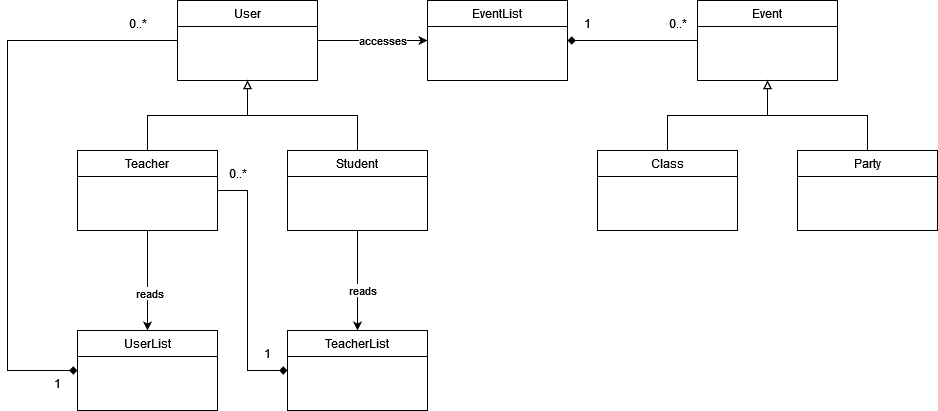
Earlier version of the draw.io export domain_information_model.png (ronnyporsch/webapps7client). Source tidied: cells renumbered, new cells last; positions are measured from the earlier drawing's top-left corner, leaving out a move shared by most shapes.
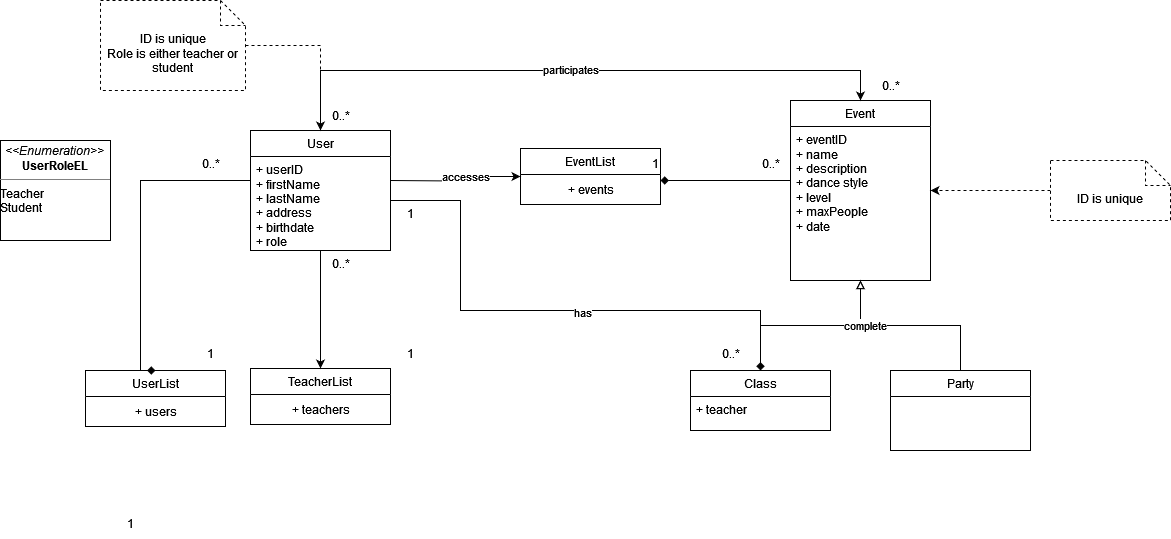
After the change.

Commit message:
updated domain information model

Change to the diagram source:
```diff
@@ -2,99 +2,152 @@
   <root>
     <mxCell id="0" />
     <mxCell id="1" parent="0" />
-    <mxCell id="2" style="edgeStyle=orthogonalEdgeStyle;rounded=0;jettySize=auto;html=1;startArrow=none;startFill=0;endArrow=diamond;endFill=1;" parent="1" edge="1" source="3" target="21">
+    <mxCell id="2" style="edgeStyle=orthogonalEdgeStyle;rounded=0;jettySize=auto;html=1;startArrow=none;startFill=0;endArrow=diamond;endFill=1;entryX=0.5;entryY=0;entryDx=0;entryDy=0;" parent="1" edge="1" target="21">
       <mxGeometry relative="1" as="geometry">
+        <mxPoint x="180" y="150" as="sourcePoint" />
         <Array as="points">
-          <mxPoint y="40" />
-          <mxPoint y="370" />
+          <mxPoint x="70" y="150" />
+          <mxPoint x="70" y="340" />
         </Array>
       </mxGeometry>
     </mxCell>
-    <mxCell id="3" value="User" style="swimlane;fontStyle=0;horizontal=1;startSize=26;fillColor=none;whiteSpace=wrap;html=1;" parent="1" vertex="1">
-      <mxGeometry x="170" width="140" height="80" as="geometry" />
-    </mxCell>
-    <mxCell id="4" style="edgeStyle=orthogonalEdgeStyle;rounded=0;jettySize=auto;html=1;entryX=0.5;entryY=1;entryDx=0;entryDy=0;endArrow=block;endFill=0;" parent="1" edge="1" source="7" target="3">
-      <mxGeometry relative="1" as="geometry" />
-    </mxCell>
-    <mxCell id="5" style="edgeStyle=orthogonalEdgeStyle;rounded=0;jettySize=auto;html=1;" parent="1" edge="1" source="7" target="21">
-      <mxGeometry relative="1" as="geometry" />
-    </mxCell>
-    <mxCell id="6" value="reads" style="edgeLabel;html=1;align=center;verticalAlign=middle;" parent="5" vertex="1">
-      <mxGeometry x="0.24" y="1" relative="1" as="geometry" />
-    </mxCell>
-    <mxCell id="7" value="Teacher" style="swimlane;fontStyle=0;horizontal=1;startSize=26;fillColor=none;whiteSpace=wrap;html=1;" parent="1" vertex="1">
-      <mxGeometry x="70" y="150" width="140" height="80" as="geometry" />
-    </mxCell>
-    <mxCell id="8" style="edgeStyle=orthogonalEdgeStyle;rounded=0;jettySize=auto;html=1;entryX=0.5;entryY=1;entryDx=0;entryDy=0;endArrow=block;endFill=0;" parent="1" edge="1" source="11" target="3">
-      <mxGeometry relative="1" as="geometry" />
-    </mxCell>
-    <mxCell id="9" style="edgeStyle=orthogonalEdgeStyle;rounded=0;jettySize=auto;html=1;" parent="1" edge="1" source="11" target="23">
-      <mxGeometry relative="1" as="geometry" />
-    </mxCell>
-    <mxCell id="10" value="reads" style="edgeLabel;html=1;align=center;verticalAlign=middle;" parent="9" vertex="1">
-      <mxGeometry x="0.18" y="4" relative="1" as="geometry" />
-    </mxCell>
-    <mxCell id="11" value="Student" style="swimlane;fontStyle=0;horizontal=1;startSize=26;fillColor=none;whiteSpace=wrap;html=1;" parent="1" vertex="1">
-      <mxGeometry x="280" y="150" width="140" height="80" as="geometry" />
-    </mxCell>
-    <mxCell id="12" style="edgeStyle=orthogonalEdgeStyle;rounded=0;jettySize=auto;html=1;endArrow=diamond;endFill=1;" parent="1" edge="1" source="13" target="20">
-      <mxGeometry relative="1" as="geometry" />
-    </mxCell>
-    <mxCell id="13" value="Event" style="swimlane;fontStyle=0;horizontal=1;startSize=26;fillColor=none;whiteSpace=wrap;html=1;" parent="1" vertex="1">
-      <mxGeometry x="690" width="140" height="80" as="geometry" />
-    </mxCell>
-    <mxCell id="14" style="edgeStyle=orthogonalEdgeStyle;rounded=0;jettySize=auto;html=1;endArrow=block;endFill=0;" parent="1" edge="1" source="15" target="13">
-      <mxGeometry relative="1" as="geometry" />
-    </mxCell>
-    <mxCell id="15" value="Class" style="swimlane;fontStyle=0;horizontal=1;startSize=26;fillColor=none;whiteSpace=wrap;html=1;" parent="1" vertex="1">
-      <mxGeometry x="590" y="150" width="140" height="80" as="geometry" />
-    </mxCell>
     <mxCell id="16" style="edgeStyle=orthogonalEdgeStyle;rounded=0;jettySize=auto;html=1;endArrow=block;endFill=0;" parent="1" edge="1" source="17" target="13">
       <mxGeometry relative="1" as="geometry" />
     </mxCell>
     <mxCell id="17" value="Party" style="swimlane;fontStyle=0;horizontal=1;startSize=26;fillColor=none;whiteSpace=wrap;html=1;" parent="1" vertex="1">
-      <mxGeometry x="790" y="150" width="140" height="80" as="geometry" />
+      <mxGeometry x="820" y="340" width="140" height="80" as="geometry" />
     </mxCell>
-    <mxCell id="18" style="edgeStyle=orthogonalEdgeStyle;rounded=0;jettySize=auto;html=1;startArrow=classic;startFill=1;endArrow=none;endFill=0;" parent="1" edge="1" source="20" target="3">
-      <mxGeometry relative="1" as="geometry" />
+    <mxCell id="18" style="edgeStyle=orthogonalEdgeStyle;rounded=0;jettySize=auto;html=1;startArrow=classic;startFill=1;endArrow=none;endFill=0;" parent="1" edge="1" source="20">
+      <mxGeometry relative="1" as="geometry">
+        <mxPoint x="320" y="150" as="targetPoint" />
+      </mxGeometry>
     </mxCell>
     <mxCell id="19" value="accesses" style="edgeLabel;html=1;align=center;verticalAlign=middle;" parent="18" vertex="1">
       <mxGeometry x="-0.16" y="-1" relative="1" as="geometry" />
     </mxCell>
+    <mxCell id="30" style="edgeStyle=orthogonalEdgeStyle;rounded=0;jettySize=auto;html=1;startArrow=diamond;startFill=1;endArrow=none;endFill=0;" parent="1" edge="1" source="20" target="13">
+      <mxGeometry relative="1" as="geometry">
+        <Array as="points">
+          <mxPoint x="690" y="150" />
+          <mxPoint x="690" y="150" />
+        </Array>
+      </mxGeometry>
+    </mxCell>
     <mxCell id="20" value="EventList" style="swimlane;fontStyle=0;horizontal=1;startSize=26;fillColor=none;whiteSpace=wrap;html=1;" parent="1" vertex="1">
-      <mxGeometry x="420" width="140" height="80" as="geometry" />
+      <mxGeometry x="450" y="118" width="140" height="56" as="geometry" />
     </mxCell>
+    <mxCell id="31" value="+ events" style="text;html=1;align=center;verticalAlign=middle;strokeColor=none;fillColor=none;" parent="20" vertex="1">
+      <mxGeometry y="26" width="140" height="30" as="geometry" />
+    </mxCell>
     <mxCell id="21" value="UserList" style="swimlane;fontStyle=0;horizontal=1;startSize=26;fillColor=none;whiteSpace=wrap;html=1;" parent="1" vertex="1">
-      <mxGeometry x="70" y="330" width="140" height="80" as="geometry" />
+      <mxGeometry x="15" y="340" width="140" height="56" as="geometry" />
     </mxCell>
-    <mxCell id="22" style="edgeStyle=orthogonalEdgeStyle;rounded=0;jettySize=auto;html=1;endArrow=none;endFill=0;startArrow=diamond;startFill=1;" parent="1" edge="1" source="23" target="7">
-      <mxGeometry relative="1" as="geometry">
-        <Array as="points">
-          <mxPoint x="240" y="370" />
-          <mxPoint x="240" y="190" />
-        </Array>
-      </mxGeometry>
-    </mxCell>
+    <mxCell id="32" value="+ users " style="text;html=1;align=center;verticalAlign=middle;strokeColor=none;fillColor=none;" parent="21" vertex="1">
+      <mxGeometry y="26" width="140" height="30" as="geometry" />
+    </mxCell>
     <mxCell id="23" value="TeacherList" style="swimlane;fontStyle=0;horizontal=1;startSize=26;fillColor=none;whiteSpace=wrap;html=1;" parent="1" vertex="1">
-      <mxGeometry x="280" y="330" width="140" height="80" as="geometry" />
+      <mxGeometry x="180" y="338" width="140" height="56" as="geometry" />
     </mxCell>
+    <mxCell id="33" value="+ teachers" style="text;html=1;align=center;verticalAlign=middle;strokeColor=none;fillColor=none;" parent="23" vertex="1">
+      <mxGeometry y="26" width="140" height="30" as="geometry" />
+    </mxCell>
     <mxCell id="24" value="1" style="text;html=1;align=center;verticalAlign=middle;strokeColor=none;fillColor=none;" parent="1" vertex="1">
-      <mxGeometry x="35" y="368" width="30" height="30" as="geometry" />
+      <mxGeometry x="45" y="478" width="30" height="30" as="geometry" />
     </mxCell>
     <mxCell id="25" value="0..*" style="text;html=1;align=center;verticalAlign=middle;strokeColor=none;fillColor=none;" parent="1" vertex="1">
-      <mxGeometry x="110" y="8" width="40" height="30" as="geometry" />
+      <mxGeometry x="120" y="118" width="40" height="30" as="geometry" />
     </mxCell>
-    <mxCell id="26" value="1" style="text;html=1;align=center;verticalAlign=middle;strokeColor=none;fillColor=none;" parent="1" vertex="1">
-      <mxGeometry x="245" y="338" width="30" height="30" as="geometry" />
-    </mxCell>
-    <mxCell id="27" value="0..*" style="text;html=1;align=center;verticalAlign=middle;strokeColor=none;fillColor=none;" parent="1" vertex="1">
-      <mxGeometry x="210" y="158" width="40" height="30" as="geometry" />
-    </mxCell>
-    <mxCell id="28" value="1" style="text;html=1;align=center;verticalAlign=middle;strokeColor=none;fillColor=none;" parent="1" vertex="1">
-      <mxGeometry x="565" y="8" width="30" height="30" as="geometry" />
-    </mxCell>
-    <mxCell id="29" value="0..*" style="text;html=1;align=center;verticalAlign=middle;strokeColor=none;fillColor=none;" parent="1" vertex="1">
-      <mxGeometry x="650" y="8" width="40" height="30" as="geometry" />
-    </mxCell>
+    <mxCell id="34" value="0..*" style="text;html=1;align=center;verticalAlign=middle;strokeColor=none;fillColor=none;" parent="1" vertex="1">
+      <mxGeometry x="250" y="70" width="40" height="30" as="geometry" />
+    </mxCell>
+    <mxCell id="35" style="edgeStyle=orthogonalEdgeStyle;rounded=0;jettySize=auto;html=1;" parent="1" edge="1" source="3" target="23">
+      <mxGeometry relative="1" as="geometry" />
+    </mxCell>
+    <mxCell id="36" style="edgeStyle=orthogonalEdgeStyle;rounded=0;jettySize=auto;html=1;" parent="1" edge="1" source="3" target="13">
+      <mxGeometry relative="1" as="geometry">
+        <Array as="points">
+          <mxPoint x="250" y="40" />
+          <mxPoint x="790" y="40" />
+        </Array>
+      </mxGeometry>
+    </mxCell>
+    <mxCell id="37" value="participates" style="edgeLabel;html=1;align=center;verticalAlign=middle;" parent="36" vertex="1">
+      <mxGeometry x="-0.02" y="2" relative="1" as="geometry" />
+    </mxCell>
+    <mxCell id="3" value="User" style="swimlane;fontStyle=0;horizontal=1;startSize=26;fillColor=none;whiteSpace=wrap;html=1;" parent="1" vertex="1">
+      <mxGeometry x="180" y="100" width="140" height="120" as="geometry" />
+    </mxCell>
+    <mxCell id="38" value="&lt;div&gt;+ userID&lt;/div&gt;&lt;div&gt;+ firstName&lt;/div&gt;&lt;div&gt;+ lastName&lt;br&gt;&lt;/div&gt;&lt;div&gt;+ address&lt;/div&gt;&lt;div&gt;+ birthdate&lt;/div&gt;&lt;div&gt;+ role&lt;br&gt;&lt;/div&gt;" style="text;strokeColor=none;fillColor=none;align=left;verticalAlign=top;spacingLeft=4;spacingRight=4;overflow=hidden;whiteSpace=wrap;html=1;" parent="3" vertex="1">
+      <mxGeometry y="26" width="140" height="94" as="geometry" />
+    </mxCell>
+    <mxCell id="39" value="&lt;p style=&quot;margin:0px;margin-top:4px;text-align:center;&quot;&gt;&lt;i&gt;&amp;lt;&amp;lt;Enumeration&amp;gt;&amp;gt;&lt;/i&gt;&lt;br&gt;&lt;b&gt;UserRoleEL&lt;/b&gt;&lt;br&gt;&lt;/p&gt;&lt;hr size=&quot;1&quot;&gt;&lt;div&gt;Teacher&lt;/div&gt;&lt;div&gt;Student&lt;br&gt;&lt;/div&gt;" style="verticalAlign=top;align=left;overflow=fill;fontSize=12;fontFamily=Helvetica;html=1;whiteSpace=wrap;" parent="1" vertex="1">
+      <mxGeometry x="-70" y="110" width="110" height="100" as="geometry" />
+    </mxCell>
+    <mxCell id="13" value="Event" style="swimlane;fontStyle=0;horizontal=1;startSize=26;fillColor=none;whiteSpace=wrap;html=1;" parent="1" vertex="1">
+      <mxGeometry x="720" y="70" width="140" height="180" as="geometry" />
+    </mxCell>
+    <mxCell id="40" value="&lt;div&gt;+ eventID&lt;/div&gt;&lt;div&gt;+ name&lt;br&gt;&lt;/div&gt;&lt;div&gt;+ description&lt;/div&gt;&lt;div&gt;+ dance style &lt;br&gt;&lt;/div&gt;&lt;div&gt;+ level&lt;/div&gt;&lt;div&gt;+ maxPeople&lt;/div&gt;&lt;div&gt;+ date&lt;br&gt;&lt;/div&gt;" style="text;strokeColor=none;fillColor=none;align=left;verticalAlign=top;spacingLeft=4;spacingRight=4;overflow=hidden;whiteSpace=wrap;html=1;" parent="13" vertex="1">
+      <mxGeometry y="26" width="140" height="154" as="geometry" />
+    </mxCell>
+    <mxCell id="41" style="edgeStyle=orthogonalEdgeStyle;rounded=0;jettySize=auto;html=1;endArrow=none;endFill=0;startArrow=diamond;startFill=1;" parent="1" edge="1" source="15" target="3">
+      <mxGeometry relative="1" as="geometry">
+        <Array as="points">
+          <mxPoint x="690" y="280" />
+          <mxPoint x="390" y="280" />
+          <mxPoint x="390" y="170" />
+        </Array>
+      </mxGeometry>
+    </mxCell>
+    <mxCell id="42" value="has" style="edgeLabel;html=1;align=center;verticalAlign=middle;" parent="41" vertex="1">
+      <mxGeometry x="-0.11" y="1" relative="1" as="geometry" />
+    </mxCell>
+    <mxCell id="14" style="edgeStyle=orthogonalEdgeStyle;rounded=0;jettySize=auto;html=1;endArrow=block;endFill=0;" parent="1" edge="1" source="15" target="13">
+      <mxGeometry relative="1" as="geometry" />
+    </mxCell>
+    <mxCell id="43" value="complete" style="edgeLabel;html=1;align=center;verticalAlign=middle;" parent="14" vertex="1">
+      <mxGeometry x="0.54" y="-4" relative="1" as="geometry" />
+    </mxCell>
+    <mxCell id="15" value="Class" style="swimlane;fontStyle=0;horizontal=1;startSize=26;fillColor=none;whiteSpace=wrap;html=1;" parent="1" vertex="1">
+      <mxGeometry x="620" y="340" width="140" height="60" as="geometry" />
+    </mxCell>
+    <mxCell id="44" value="+ teacher" style="text;strokeColor=none;fillColor=none;align=left;verticalAlign=top;spacingLeft=4;spacingRight=4;overflow=hidden;whiteSpace=wrap;html=1;" parent="15" vertex="1">
+      <mxGeometry y="26" width="140" height="34" as="geometry" />
+    </mxCell>
+    <mxCell id="45" value="0..*" style="text;html=1;align=center;verticalAlign=middle;strokeColor=none;fillColor=none;" parent="1" vertex="1">
+      <mxGeometry x="800" y="40" width="40" height="30" as="geometry" />
+    </mxCell>
+    <mxCell id="46" value="1" style="text;html=1;align=center;verticalAlign=middle;strokeColor=none;fillColor=none;" parent="1" vertex="1">
+      <mxGeometry x="125" y="308" width="30" height="30" as="geometry" />
+    </mxCell>
+    <mxCell id="47" value="1" style="text;html=1;align=center;verticalAlign=middle;strokeColor=none;fillColor=none;" parent="1" vertex="1">
+      <mxGeometry x="325" y="308" width="30" height="30" as="geometry" />
+    </mxCell>
+    <mxCell id="48" value="0..*" style="text;html=1;align=center;verticalAlign=middle;strokeColor=none;fillColor=none;" parent="1" vertex="1">
+      <mxGeometry x="250" y="218" width="40" height="30" as="geometry" />
+    </mxCell>
+    <mxCell id="49" value="1" style="text;html=1;align=center;verticalAlign=middle;strokeColor=none;fillColor=none;" parent="1" vertex="1">
+      <mxGeometry x="570" y="118" width="30" height="30" as="geometry" />
+    </mxCell>
+    <mxCell id="50" value="0..*" style="text;html=1;align=center;verticalAlign=middle;strokeColor=none;fillColor=none;" parent="1" vertex="1">
+      <mxGeometry x="680" y="118" width="40" height="30" as="geometry" />
+    </mxCell>
+    <mxCell id="51" style="edgeStyle=orthogonalEdgeStyle;rounded=0;jettySize=auto;html=1;dashed=1;" parent="1" edge="1" source="52" target="3">
+      <mxGeometry relative="1" as="geometry" />
+    </mxCell>
+    <mxCell id="52" value="&lt;div&gt;ID is unique&lt;/div&gt;&lt;div&gt;Role is either teacher or student&lt;br&gt;&lt;/div&gt;" style="shape=note2;boundedLbl=1;whiteSpace=wrap;html=1;size=25;verticalAlign=top;align=center;dashed=1;" parent="1" vertex="1">
+      <mxGeometry x="30" y="-30" width="145" height="90" as="geometry" />
+    </mxCell>
+    <mxCell id="53" style="edgeStyle=orthogonalEdgeStyle;rounded=0;jettySize=auto;html=1;dashed=1;" parent="1" edge="1" source="54" target="13">
+      <mxGeometry relative="1" as="geometry" />
+    </mxCell>
+    <mxCell id="54" value="ID is unique" style="shape=note2;boundedLbl=1;whiteSpace=wrap;html=1;size=25;verticalAlign=top;align=center;dashed=1;" parent="1" vertex="1">
+      <mxGeometry x="980" y="130" width="120" height="60" as="geometry" />
+    </mxCell>
+    <mxCell id="55" value="0..*" style="text;html=1;align=center;verticalAlign=middle;strokeColor=none;fillColor=none;" parent="1" vertex="1">
+      <mxGeometry x="640" y="308" width="40" height="30" as="geometry" />
+    </mxCell>
+    <mxCell id="56" value="1" style="text;html=1;align=center;verticalAlign=middle;strokeColor=none;fillColor=none;" parent="1" vertex="1">
+      <mxGeometry x="325" y="168" width="30" height="30" as="geometry" />
+    </mxCell>
   </root>
 </mxGraphModel>
```
